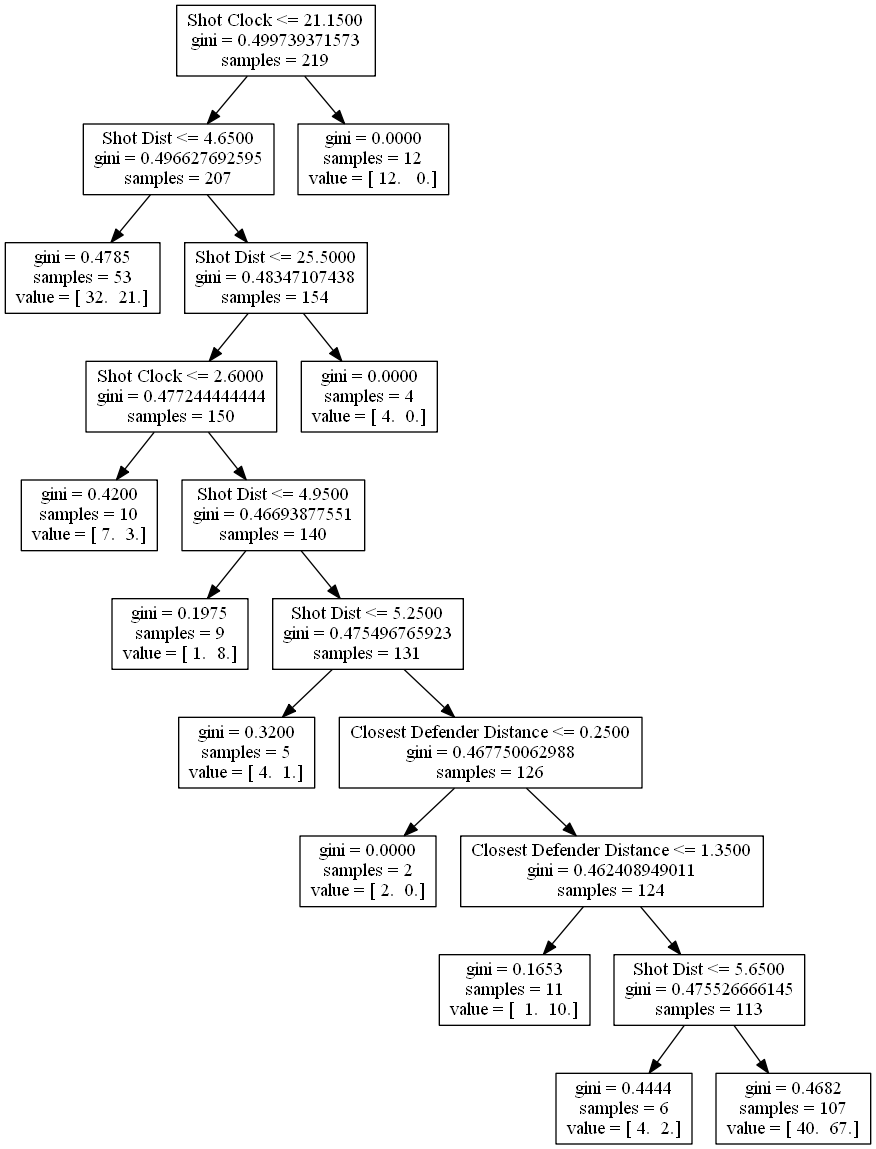
Above: jeff_teague.png in bveber/Analyze_NBA (Graphviz), before the change. Its source is kept beside it as jeff_teague.dot. Source of this version:
```dot
digraph Tree {
0 [label="Shot Clock <= 21.1500\ngini = 0.499739371573\nsamples = 219", shape="box"] ;
1 [label="Shot Dist <= 4.6500\ngini = 0.496627692595\nsamples = 207", shape="box"] ;
0 -> 1 ;
2 [label="gini = 0.4785\nsamples = 53\nvalue = [ 32.  21.]", shape="box"] ;
1 -> 2 ;
3 [label="Shot Dist <= 25.5000\ngini = 0.48347107438\nsamples = 154", shape="box"] ;
1 -> 3 ;
4 [label="Shot Clock <= 2.6000\ngini = 0.477244444444\nsamples = 150", shape="box"] ;
3 -> 4 ;
5 [label="gini = 0.4200\nsamples = 10\nvalue = [ 7.  3.]", shape="box"] ;
4 -> 5 ;
6 [label="Shot Dist <= 4.9500\ngini = 0.46693877551\nsamples = 140", shape="box"] ;
4 -> 6 ;
7 [label="gini = 0.1975\nsamples = 9\nvalue = [ 1.  8.]", shape="box"] ;
6 -> 7 ;
8 [label="Shot Dist <= 5.2500\ngini = 0.475496765923\nsamples = 131", shape="box"] ;
6 -> 8 ;
9 [label="gini = 0.3200\nsamples = 5\nvalue = [ 4.  1.]", shape="box"] ;
8 -> 9 ;
10 [label="Closest Defender Distance <= 0.2500\ngini = 0.467750062988\nsamples = 126", shape="box"] ;
8 -> 10 ;
11 [label="gini = 0.0000\nsamples = 2\nvalue = [ 2.  0.]", shape="box"] ;
10 -> 11 ;
12 [label="Closest Defender Distance <= 1.3500\ngini = 0.462408949011\nsamples = 124", shape="box"] ;
10 -> 12 ;
13 [label="gini = 0.1653\nsamples = 11\nvalue = [  1.  10.]", shape="box"] ;
12 -> 13 ;
14 [label="Shot Dist <= 5.6500\ngini = 0.475526666145\nsamples = 113", shape="box"] ;
12 -> 14 ;
15 [label="gini = 0.4444\nsamples = 6\nvalue = [ 4.  2.]", shape="box"] ;
14 -> 15 ;
16 [label="gini = 0.4682\nsamples = 107\nvalue = [ 40.  67.]", shape="box"] ;
14 -> 16 ;
17 [label="gini = 0.0000\nsamples = 4\nvalue = [ 4.  0.]", shape="box"] ;
3 -> 17 ;
18 [label="gini = 0.0000\nsamples = 12\nvalue = [ 12.   0.]", shape="box"] ;
0 -> 18 ;
}
```
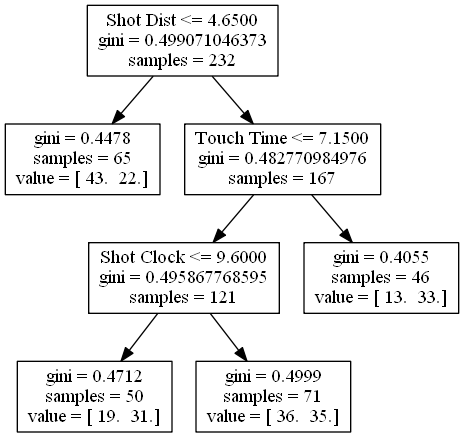
The same diagram one commit later.

Diff of the diagram source:
```diff
@@ -1,39 +1,15 @@
 digraph Tree {
-0 [label="Shot Clock <= 21.1500\ngini = 0.499739371573\nsamples = 219", shape="box"] ;
-1 [label="Shot Dist <= 4.6500\ngini = 0.496627692595\nsamples = 207", shape="box"] ;
+0 [label="Shot Dist <= 4.6500\ngini = 0.499071046373\nsamples = 232", shape="box"] ;
+1 [label="gini = 0.4478\nsamples = 65\nvalue = [ 43.  22.]", shape="box"] ;
 0 -> 1 ;
-2 [label="gini = 0.4785\nsamples = 53\nvalue = [ 32.  21.]", shape="box"] ;
-1 -> 2 ;
-3 [label="Shot Dist <= 25.5000\ngini = 0.48347107438\nsamples = 154", shape="box"] ;
-1 -> 3 ;
-4 [label="Shot Clock <= 2.6000\ngini = 0.477244444444\nsamples = 150", shape="box"] ;
+2 [label="Touch Time <= 7.1500\ngini = 0.482770984976\nsamples = 167", shape="box"] ;
+0 -> 2 ;
+3 [label="Shot Clock <= 9.6000\ngini = 0.495867768595\nsamples = 121", shape="box"] ;
+2 -> 3 ;
+4 [label="gini = 0.4712\nsamples = 50\nvalue = [ 19.  31.]", shape="box"] ;
 3 -> 4 ;
-5 [label="gini = 0.4200\nsamples = 10\nvalue = [ 7.  3.]", shape="box"] ;
-4 -> 5 ;
-6 [label="Shot Dist <= 4.9500\ngini = 0.46693877551\nsamples = 140", shape="box"] ;
-4 -> 6 ;
-7 [label="gini = 0.1975\nsamples = 9\nvalue = [ 1.  8.]", shape="box"] ;
-6 -> 7 ;
-8 [label="Shot Dist <= 5.2500\ngini = 0.475496765923\nsamples = 131", shape="box"] ;
-6 -> 8 ;
-9 [label="gini = 0.3200\nsamples = 5\nvalue = [ 4.  1.]", shape="box"] ;
-8 -> 9 ;
-10 [label="Closest Defender Distance <= 0.2500\ngini = 0.467750062988\nsamples = 126", shape="box"] ;
-8 -> 10 ;
-11 [label="gini = 0.0000\nsamples = 2\nvalue = [ 2.  0.]", shape="box"] ;
-10 -> 11 ;
-12 [label="Closest Defender Distance <= 1.3500\ngini = 0.462408949011\nsamples = 124", shape="box"] ;
-10 -> 12 ;
-13 [label="gini = 0.1653\nsamples = 11\nvalue = [  1.  10.]", shape="box"] ;
-12 -> 13 ;
-14 [label="Shot Dist <= 5.6500\ngini = 0.475526666145\nsamples = 113", shape="box"] ;
-12 -> 14 ;
-15 [label="gini = 0.4444\nsamples = 6\nvalue = [ 4.  2.]", shape="box"] ;
-14 -> 15 ;
-16 [label="gini = 0.4682\nsamples = 107\nvalue = [ 40.  67.]", shape="box"] ;
-14 -> 16 ;
-17 [label="gini = 0.0000\nsamples = 4\nvalue = [ 4.  0.]", shape="box"] ;
-3 -> 17 ;
-18 [label="gini = 0.0000\nsamples = 12\nvalue = [ 12.   0.]", shape="box"] ;
-0 -> 18 ;
+5 [label="gini = 0.4999\nsamples = 71\nvalue = [ 36.  35.]", shape="box"] ;
+3 -> 5 ;
+6 [label="gini = 0.4055\nsamples = 46\nvalue = [ 13.  33.]", shape="box"] ;
+2 -> 6 ;
 }
```
